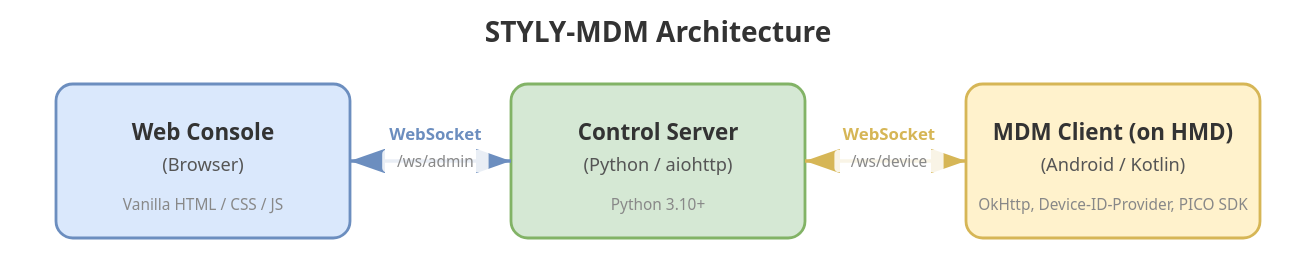
The draw.io diagram docs/architecture.drawio.svg in styly-dev/STYLY-MDM, before a commit. Source tidied: cells renumbered, new cells last; positions are measured from the earlier drawing's top-left corner, leaving out a move shared by most shapes. The source it was exported from:
```xml
<mxGraphModel>
  <root>
    <mxCell id="0" />
    <mxCell id="1" parent="0" />
    <mxCell id="2" style="rounded=1;whiteSpace=wrap;html=1;fillColor=#dae8fc;strokeColor=#6c8ebf;arcSize=10;" parent="1" vertex="1">
      <mxGeometry y="60" width="200" height="100" as="geometry" />
    </mxCell>
    <mxCell id="3" value="&lt;b&gt;Web Console&lt;/b&gt;&lt;br&gt;(Browser)" style="text;html=1;align=center;verticalAlign=middle;" parent="1" vertex="1">
      <mxGeometry x="55" y="85" width="90" height="50" as="geometry" />
    </mxCell>
    <mxCell id="4" value="Vanilla HTML / CSS / JS" style="text;html=1;align=center;verticalAlign=middle;fontColor=#666666;fontSize=10;" parent="1" vertex="1">
      <mxGeometry x="20" y="135" width="160" height="20" as="geometry" />
    </mxCell>
    <mxCell id="5" style="rounded=1;whiteSpace=wrap;html=1;fillColor=#d5e8d4;strokeColor=#82b366;arcSize=10;" parent="1" vertex="1">
      <mxGeometry x="320" y="60" width="220" height="100" as="geometry" />
    </mxCell>
    <mxCell id="6" value="&lt;b&gt;Control Server&lt;/b&gt;&lt;br&gt;(Python / aiohttp)" style="text;html=1;align=center;verticalAlign=middle;" parent="1" vertex="1">
      <mxGeometry x="365" y="85" width="130" height="50" as="geometry" />
    </mxCell>
    <mxCell id="7" value="Python 3.10+" style="text;html=1;align=center;verticalAlign=middle;fontColor=#666666;fontSize=10;" parent="1" vertex="1">
      <mxGeometry x="370" y="135" width="120" height="20" as="geometry" />
    </mxCell>
    <mxCell id="8" style="rounded=1;whiteSpace=wrap;html=1;fillColor=#fff2cc;strokeColor=#d6b656;arcSize=10;" parent="1" vertex="1">
      <mxGeometry x="660" y="60" width="200" height="100" as="geometry" />
    </mxCell>
    <mxCell id="9" value="&lt;b&gt;MDM Client (on HMD)&lt;/b&gt;&lt;br&gt;(Android / Kotlin)" style="text;html=1;align=center;verticalAlign=middle;" parent="1" vertex="1">
      <mxGeometry x="700" y="85" width="120" height="50" as="geometry" />
    </mxCell>
    <mxCell id="10" value="OkHttp, Device-ID-Provider, PICO SDK" style="text;html=1;align=center;verticalAlign=middle;fontColor=#666666;fontSize=10;" parent="1" vertex="1">
      <mxGeometry x="665" y="135" width="190" height="20" as="geometry" />
    </mxCell>
    <mxCell id="11" style="edgeStyle=orthogonalEdgeStyle;rounded=0;jettySize=auto;containsPoints=1;endArrow=block;endFill=1;startArrow=block;startFill=1;strokeWidth=2;strokeColor=#6c8ebf;" parent="1" edge="1" source="2" target="5">
      <mxGeometry relative="1" as="geometry" />
    </mxCell>
    <mxCell id="12" value="WebSocket&lt;br&gt;&lt;font style=&quot;font-size:10px&quot;&gt;/ws/admin&lt;/font&gt;" style="edgeLabel;html=1;align=center;verticalAlign=middle;" parent="11" vertex="1">
      <mxGeometry x="-0.1" relative="1" as="geometry" />
    </mxCell>
    <mxCell id="13" style="edgeStyle=orthogonalEdgeStyle;rounded=0;jettySize=auto;containsPoints=1;endArrow=block;endFill=1;startArrow=block;startFill=1;strokeWidth=2;strokeColor=#d6b656;" parent="1" edge="1" source="5" target="8">
      <mxGeometry relative="1" as="geometry" />
    </mxCell>
    <mxCell id="14" value="WebSocket&lt;br&gt;&lt;font style=&quot;font-size:10px&quot;&gt;/ws/device&lt;/font&gt;" style="edgeLabel;html=1;align=center;verticalAlign=middle;" parent="13" vertex="1">
      <mxGeometry x="-0.1" relative="1" as="geometry" />
    </mxCell>
    <mxCell id="15" value="&lt;font style=&quot;font-size:16px&quot;&gt;&lt;b&gt;STYLY-MDM Architecture&lt;/b&gt;&lt;/font&gt;" style="text;html=1;align=center;verticalAlign=middle;" parent="1" vertex="1">
      <mxGeometry x="310" width="240" height="40" as="geometry" />
    </mxCell>
  </root>
</mxGraphModel>
```
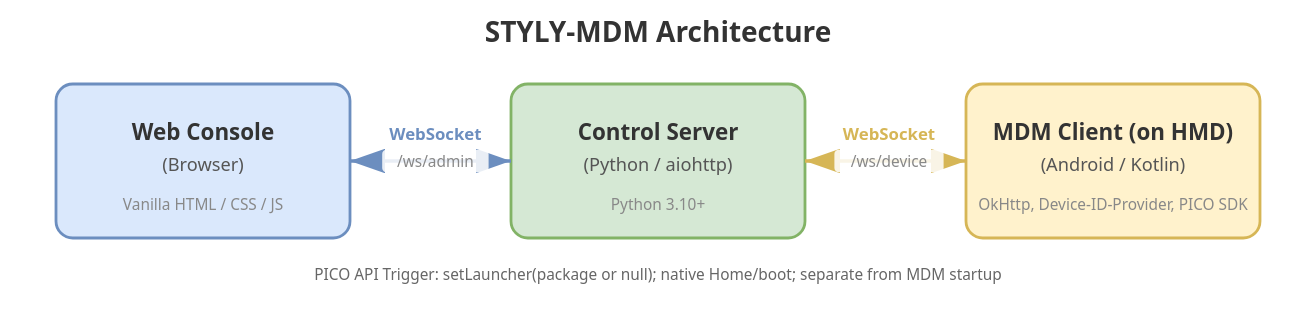
After the change.

Diff of the diagram source:
```diff
@@ -44,5 +44,8 @@
     <mxCell id="15" value="&lt;font style=&quot;font-size:16px&quot;&gt;&lt;b&gt;STYLY-MDM Architecture&lt;/b&gt;&lt;/font&gt;" style="text;html=1;align=center;verticalAlign=middle;" parent="1" vertex="1">
       <mxGeometry x="310" width="240" height="40" as="geometry" />
     </mxCell>
+    <mxCell id="16" value="PICO API Trigger: setLauncher(package or null); native Home/boot; separate from MDM startup" style="text;html=1;align=center;fontSize=11;" parent="1" vertex="1">
+      <mxGeometry y="160" width="860" height="30" as="geometry" />
+    </mxCell>
   </root>
 </mxGraphModel>
```
